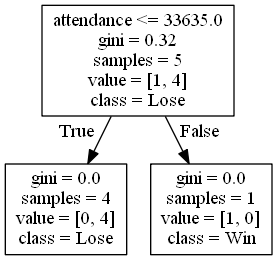
Before: DecisionTrees/Mountain Westdecision_tree_no_score4.png, a diagram exported from Graphviz (alexana-steck/CSE482Project). Its source is kept beside it as DecisionTrees/Mountain Westdecision_tree_no_score4.dot.
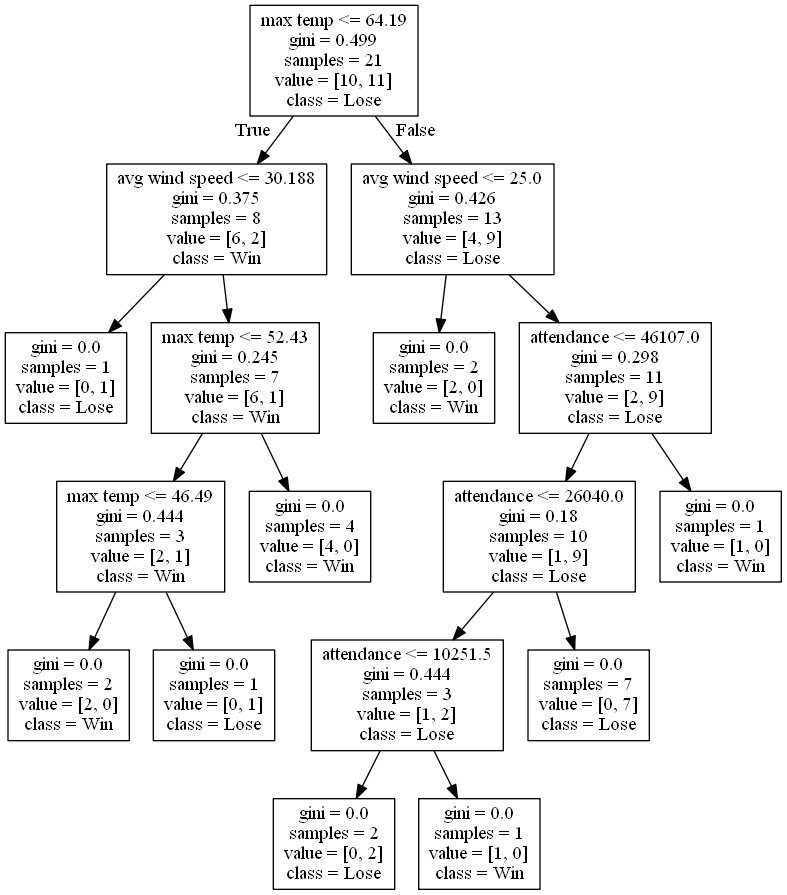
The same diagram one commit later.

Diff of the diagram source:
```diff
@@ -1,8 +1,36 @@
 digraph Tree {
 node [shape=box] ;
-0 [label="attendance <= 33635.0\ngini = 0.32\nsamples = 5\nvalue = [1, 4]\nclass = Lose"] ;
-1 [label="gini = 0.0\nsamples = 4\nvalue = [0, 4]\nclass = Lose"] ;
+0 [label="max temp <= 64.19\ngini = 0.499\nsamples = 21\nvalue = [10, 11]\nclass = Lose"] ;
+1 [label="avg wind speed <= 30.188\ngini = 0.375\nsamples = 8\nvalue = [6, 2]\nclass = Win"] ;
 0 -> 1 [labeldistance=2.5, labelangle=45, headlabel="True"] ;
-2 [label="gini = 0.0\nsamples = 1\nvalue = [1, 0]\nclass = Win"] ;
-0 -> 2 [labeldistance=2.5, labelangle=-45, headlabel="False"] ;
+2 [label="gini = 0.0\nsamples = 1\nvalue = [0, 1]\nclass = Lose"] ;
+1 -> 2 ;
+3 [label="max temp <= 52.43\ngini = 0.245\nsamples = 7\nvalue = [6, 1]\nclass = Win"] ;
+1 -> 3 ;
+4 [label="max temp <= 46.49\ngini = 0.444\nsamples = 3\nvalue = [2, 1]\nclass = Win"] ;
+3 -> 4 ;
+5 [label="gini = 0.0\nsamples = 2\nvalue = [2, 0]\nclass = Win"] ;
+4 -> 5 ;
+6 [label="gini = 0.0\nsamples = 1\nvalue = [0, 1]\nclass = Lose"] ;
+4 -> 6 ;
+7 [label="gini = 0.0\nsamples = 4\nvalue = [4, 0]\nclass = Win"] ;
+3 -> 7 ;
+8 [label="avg wind speed <= 25.0\ngini = 0.426\nsamples = 13\nvalue = [4, 9]\nclass = Lose"] ;
+0 -> 8 [labeldistance=2.5, labelangle=-45, headlabel="False"] ;
+9 [label="gini = 0.0\nsamples = 2\nvalue = [2, 0]\nclass = Win"] ;
+8 -> 9 ;
+10 [label="attendance <= 46107.0\ngini = 0.298\nsamples = 11\nvalue = [2, 9]\nclass = Lose"] ;
+8 -> 10 ;
+11 [label="attendance <= 26040.0\ngini = 0.18\nsamples = 10\nvalue = [1, 9]\nclass = Lose"] ;
+10 -> 11 ;
+12 [label="attendance <= 10251.5\ngini = 0.444\nsamples = 3\nvalue = [1, 2]\nclass = Lose"] ;
+11 -> 12 ;
+13 [label="gini = 0.0\nsamples = 2\nvalue = [0, 2]\nclass = Lose"] ;
+12 -> 13 ;
+14 [label="gini = 0.0\nsamples = 1\nvalue = [1, 0]\nclass = Win"] ;
+12 -> 14 ;
+15 [label="gini = 0.0\nsamples = 7\nvalue = [0, 7]\nclass = Lose"] ;
+11 -> 15 ;
+16 [label="gini = 0.0\nsamples = 1\nvalue = [1, 0]\nclass = Win"] ;
+10 -> 16 ;
 }
```
